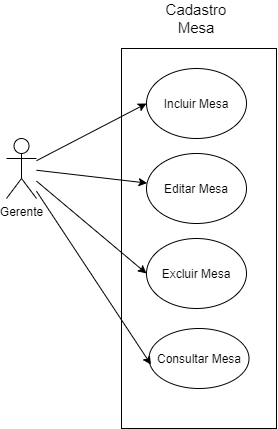
The draw.io diagram CadastroMesa.png in hinname/project-Restaurant, before a commit. Source tidied: cells renumbered, new cells last; positions are measured from the earlier drawing's top-left corner, leaving out a move shared by most shapes.
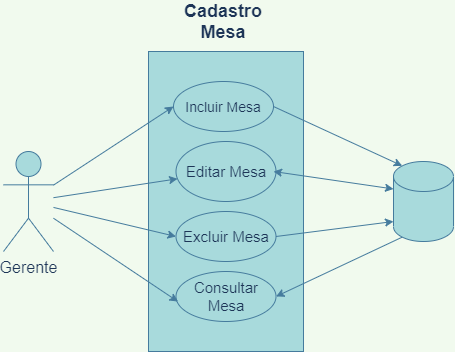
After the commit.

Change to the diagram source:
```diff
@@ -1,39 +1,58 @@
-<mxGraphModel>
+<mxGraphModel background="#F1FAEE">
   <root>
     <mxCell id="0" />
     <mxCell id="1" parent="0" />
-    <mxCell id="2" style="rounded=0;whiteSpace=wrap;html=1;" parent="1" vertex="1">
-      <mxGeometry x="115" y="40" width="155" height="380" as="geometry" />
+    <mxCell id="2" style="rounded=0;whiteSpace=wrap;html=1;fillColor=#A8DADC;strokeColor=#457B9D;fontColor=#1D3557;" parent="1" vertex="1">
+      <mxGeometry x="115" y="40" width="155" height="300" as="geometry" />
     </mxCell>
-    <mxCell id="3" value="Gerente" style="shape=umlActor;verticalLabelPosition=bottom;verticalAlign=top;html=1;outlineConnect=0;" parent="1" vertex="1">
-      <mxGeometry y="130" width="30" height="60" as="geometry" />
+    <mxCell id="3" value="&lt;font style=&quot;font-size: 16px&quot;&gt;Gerente&lt;/font&gt;" style="shape=umlActor;verticalLabelPosition=bottom;verticalAlign=top;html=1;outlineConnect=0;fillColor=#A8DADC;strokeColor=#457B9D;fontColor=#1D3557;" parent="1" vertex="1">
+      <mxGeometry x="-30" y="140" width="50" height="100" as="geometry" />
     </mxCell>
-    <mxCell id="4" value="Incluir Mesa" style="ellipse;whiteSpace=wrap;html=1;" parent="1" vertex="1">
-      <mxGeometry x="140" y="60" width="100" height="70" as="geometry" />
+    <mxCell id="4" value="&lt;font style=&quot;font-size: 14px&quot;&gt;Incluir Mesa&lt;/font&gt;" style="ellipse;whiteSpace=wrap;html=1;fillColor=#A8DADC;strokeColor=#457B9D;fontColor=#1D3557;" parent="1" vertex="1">
+      <mxGeometry x="140" y="70" width="100" height="50" as="geometry" />
     </mxCell>
-    <mxCell id="5" value="Editar Mesa" style="ellipse;whiteSpace=wrap;html=1;" parent="1" vertex="1">
-      <mxGeometry x="140" y="145" width="100" height="70" as="geometry" />
+    <mxCell id="5" value="&lt;font style=&quot;font-size: 15px&quot;&gt;Editar Mesa&lt;/font&gt;" style="ellipse;whiteSpace=wrap;html=1;fillColor=#A8DADC;strokeColor=#457B9D;fontColor=#1D3557;" parent="1" vertex="1">
+      <mxGeometry x="142.5" y="130" width="100" height="60" as="geometry" />
     </mxCell>
-    <mxCell id="6" value="Excluir Mesa" style="ellipse;whiteSpace=wrap;html=1;" parent="1" vertex="1">
-      <mxGeometry x="140" y="230" width="100" height="70" as="geometry" />
+    <mxCell id="6" value="&lt;font style=&quot;font-size: 15px&quot;&gt;Excluir Mesa&lt;/font&gt;" style="ellipse;whiteSpace=wrap;html=1;fillColor=#A8DADC;strokeColor=#457B9D;fontColor=#1D3557;" parent="1" vertex="1">
+      <mxGeometry x="142.5" y="200" width="100" height="50" as="geometry" />
     </mxCell>
-    <mxCell id="7" value="&lt;font style=&quot;font-size: 15px&quot;&gt;Cadastro Mesa&lt;/font&gt;" style="text;html=1;strokeColor=none;fillColor=none;align=center;verticalAlign=middle;whiteSpace=wrap;rounded=0;" parent="1" vertex="1">
+    <mxCell id="7" value="&lt;font size=&quot;1&quot;&gt;&lt;b style=&quot;font-size: 18px&quot;&gt;Cadastro Mesa&lt;/b&gt;&lt;/font&gt;" style="text;html=1;strokeColor=none;fillColor=none;align=center;verticalAlign=middle;whiteSpace=wrap;rounded=0;fontColor=#1D3557;" parent="1" vertex="1">
       <mxGeometry x="170" width="40" height="20" as="geometry" />
     </mxCell>
-    <mxCell id="8" style="endArrow=classic;html=1;entryX=0;entryY=0.5;entryDx=0;entryDy=0;" parent="1" edge="1" source="3" target="4">
+    <mxCell id="8" style="endArrow=classic;html=1;entryX=0;entryY=0.5;entryDx=0;entryDy=0;labelBackgroundColor=#F1FAEE;strokeColor=#457B9D;fontColor=#1D3557;" parent="1" edge="1" source="3" target="4">
       <mxGeometry relative="1" as="geometry" />
     </mxCell>
-    <mxCell id="9" style="endArrow=classic;html=1;" parent="1" edge="1" source="3" target="5">
+    <mxCell id="9" style="endArrow=classic;html=1;labelBackgroundColor=#F1FAEE;strokeColor=#457B9D;fontColor=#1D3557;" parent="1" edge="1" source="3" target="5">
       <mxGeometry relative="1" as="geometry" />
     </mxCell>
-    <mxCell id="10" style="endArrow=classic;html=1;entryX=0;entryY=0.5;entryDx=0;entryDy=0;" parent="1" edge="1" source="3" target="6">
+    <mxCell id="10" style="endArrow=classic;html=1;entryX=0;entryY=0.5;entryDx=0;entryDy=0;labelBackgroundColor=#F1FAEE;strokeColor=#457B9D;fontColor=#1D3557;" parent="1" edge="1" source="3" target="6">
       <mxGeometry relative="1" as="geometry" />
     </mxCell>
-    <mxCell id="11" value="Consultar Mesa" style="ellipse;whiteSpace=wrap;html=1;" parent="1" vertex="1">
-      <mxGeometry x="142.5" y="320" width="100" height="60" as="geometry" />
+    <mxCell id="11" value="&lt;font style=&quot;font-size: 15px&quot;&gt;Consultar Mesa&lt;/font&gt;" style="ellipse;whiteSpace=wrap;html=1;fillColor=#A8DADC;strokeColor=#457B9D;fontColor=#1D3557;" parent="1" vertex="1">
+      <mxGeometry x="142.5" y="260" width="100" height="50" as="geometry" />
     </mxCell>
-    <mxCell id="12" style="endArrow=classic;html=1;entryX=0.02;entryY=0.602;entryDx=0;entryDy=0;entryPerimeter=0;" parent="1" edge="1" source="3" target="11">
+    <mxCell id="12" style="endArrow=classic;html=1;entryX=0.02;entryY=0.602;entryDx=0;entryDy=0;entryPerimeter=0;labelBackgroundColor=#F1FAEE;strokeColor=#457B9D;fontColor=#1D3557;" parent="1" edge="1" source="3" target="11">
       <mxGeometry relative="1" as="geometry" />
     </mxCell>
+    <mxCell id="13" style="shape=cylinder3;whiteSpace=wrap;html=1;boundedLbl=1;backgroundOutline=1;size=15;fillColor=#A8DADC;strokeColor=#457B9D;fontColor=#1D3557;" parent="1" vertex="1">
+      <mxGeometry x="360" y="150" width="60" height="80" as="geometry" />
+    </mxCell>
+    <mxCell id="14" style="endArrow=classic;html=1;fontColor=#1D3557;strokeColor=#457B9D;fillColor=#A8DADC;exitX=1;exitY=0.5;exitDx=0;exitDy=0;entryX=0.145;entryY=0;entryDx=0;entryDy=4.35;entryPerimeter=0;" parent="1" edge="1" source="4" target="13">
+      <mxGeometry relative="1" as="geometry" />
+    </mxCell>
+    <mxCell id="15" style="endArrow=classic;html=1;fontColor=#1D3557;strokeColor=#457B9D;fillColor=#A8DADC;exitX=1;exitY=0.5;exitDx=0;exitDy=0;" parent="1" edge="1" source="6">
+      <mxGeometry relative="1" as="geometry">
+        <mxPoint x="360" y="210" as="targetPoint" />
+      </mxGeometry>
+    </mxCell>
+    <mxCell id="16" style="endArrow=classic;startArrow=classic;html=1;fontColor=#1D3557;strokeColor=#457B9D;fillColor=#A8DADC;entryX=0;entryY=0;entryDx=0;entryDy=27.5;entryPerimeter=0;" parent="1" edge="1" target="13">
+      <mxGeometry relative="1" as="geometry">
+        <mxPoint x="240" y="160" as="sourcePoint" />
+      </mxGeometry>
+    </mxCell>
+    <mxCell id="17" style="endArrow=classic;html=1;fontColor=#1D3557;strokeColor=#457B9D;fillColor=#A8DADC;exitX=0.145;exitY=1;exitDx=0;exitDy=-4.35;exitPerimeter=0;entryX=1;entryY=0.5;entryDx=0;entryDy=0;" parent="1" edge="1" source="13" target="11">
+      <mxGeometry relative="1" as="geometry" />
+    </mxCell>
   </root>
 </mxGraphModel>
```
